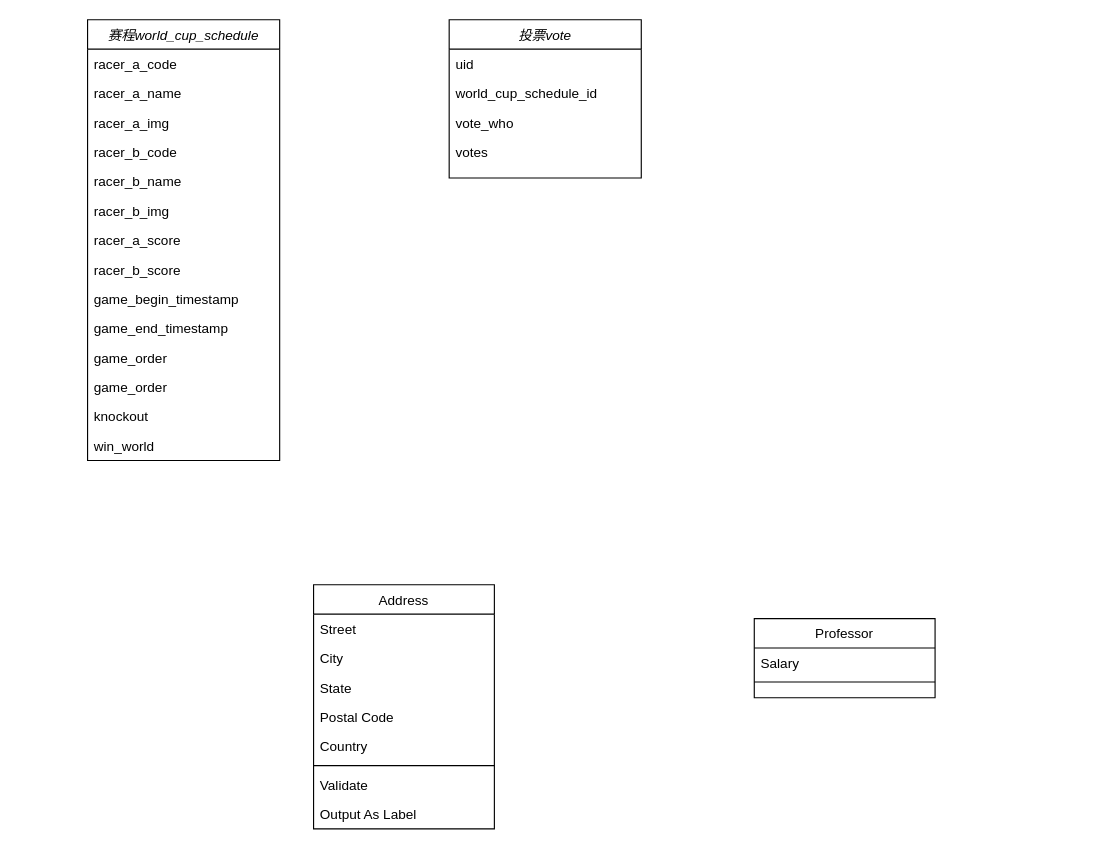
Before: H5世界杯活动类图.drawio in milletzhu/datasource, a draw.io diagram. Source tidied: cells renumbered, new cells numbered last; positions are measured from the earlier drawing's top-left corner, leaving out a move shared by most shapes. Both pictures are drawn from the tidied source at 113%, with x=0, y=0 at pixel (87, 19).
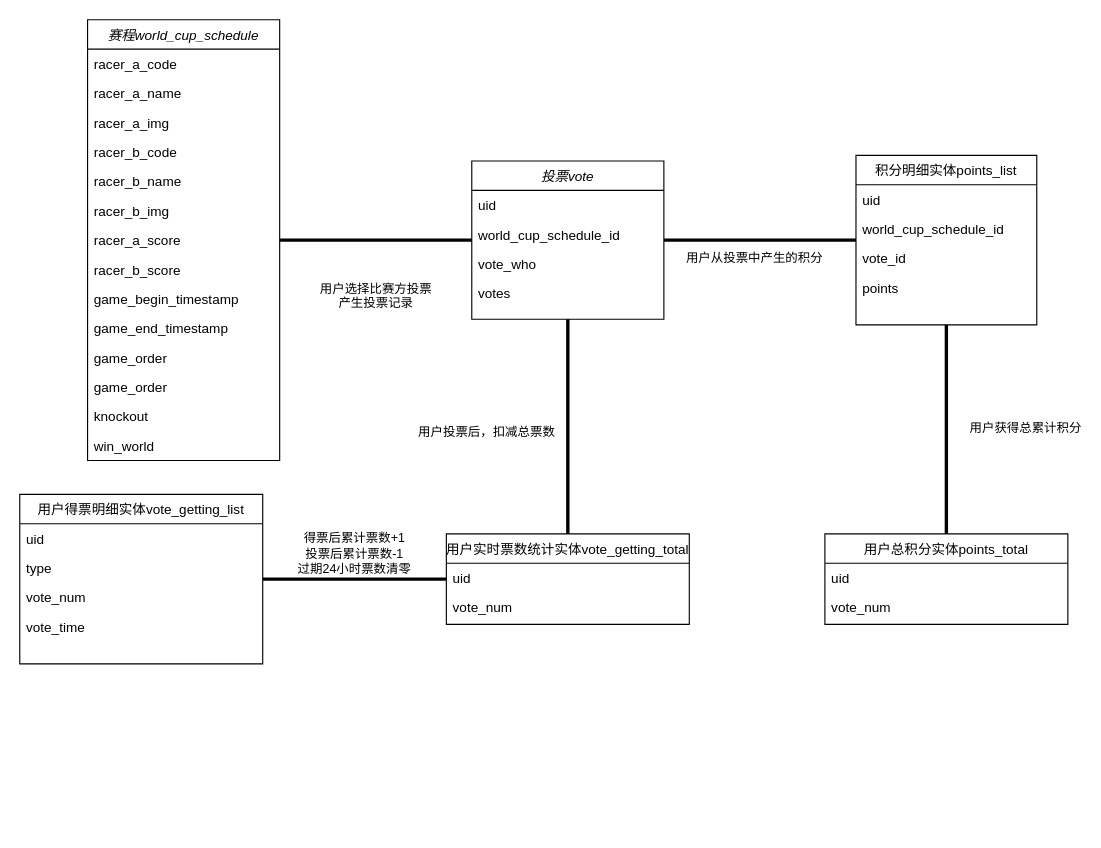
The same page after the edit.

Commit message (it also covers changes not shown here):
更新H5世界杯活动类图.drawio

Unchanged cells that the change refers to:
```xml
<mxCell id="2" value="赛程world_cup_schedule" style="swimlane;fontStyle=2;align=center;verticalAlign=top;horizontal=1;startSize=26;rounded=0;shadow=0;strokeWidth=1;" parent="1" vertex="1">
  <mxGeometry width="170" height="390" as="geometry" />
</mxCell>
```

Diff of the diagram source:
```diff
@@
-    <mxCell id="17" value="Professor" style="swimlane;fontStyle=0;align=center;verticalAlign=top;horizontal=1;startSize=26;rounded=0;shadow=0;strokeWidth=1;" parent="1" vertex="1">
-      <mxGeometry x="590" y="530" width="160" height="70" as="geometry" />
+    <mxCell id="17" value="积分明细实体points_list" style="swimlane;fontStyle=0;align=center;verticalAlign=top;horizontal=1;startSize=26;rounded=0;shadow=0;strokeWidth=1;" parent="1" vertex="1">
+      <mxGeometry x="680" y="120" width="160" height="150" as="geometry" />
     </mxCell>
-    <mxCell id="18" value="Salary" style="text;align=left;verticalAlign=top;spacingLeft=4;spacingRight=4;overflow=hidden;" parent="17" vertex="1">
+    <mxCell id="18" value="uid" style="text;align=left;verticalAlign=top;spacingLeft=4;spacingRight=4;overflow=hidden;" parent="17" vertex="1">
       <mxGeometry y="26" width="160" height="26" as="geometry" />
     </mxCell>
-    <mxCell id="19" style="line;html=1;strokeWidth=1;align=left;verticalAlign=middle;spacingTop=-1;spacingLeft=3;spacingRight=3;labelPosition=right;" parent="17" vertex="1">
-      <mxGeometry y="52" width="160" height="8" as="geometry" />
-    </mxCell>
+    <mxCell id="34" value="world_cup_schedule_id" style="text;align=left;verticalAlign=top;spacingLeft=4;spacingRight=4;overflow=hidden;" parent="17" vertex="1">
+      <mxGeometry y="52" width="160" height="26" as="geometry" />
+    </mxCell>
+    <mxCell id="35" value="vote_id" style="text;align=left;verticalAlign=top;spacingLeft=4;spacingRight=4;overflow=hidden;" parent="17" vertex="1">
+      <mxGeometry y="78" width="160" height="26" as="geometry" />
+    </mxCell>
+    <mxCell id="36" value="points" style="text;align=left;verticalAlign=top;spacingLeft=4;spacingRight=4;overflow=hidden;" parent="17" vertex="1">
+      <mxGeometry y="104" width="160" height="26" as="geometry" />
+    </mxCell>
-    <mxCell id="20" value="Address" style="swimlane;fontStyle=0;align=center;verticalAlign=top;horizontal=1;startSize=26;rounded=0;shadow=0;strokeWidth=1;" parent="1" vertex="1">
-      <mxGeometry x="200" y="500" width="160" height="216" as="geometry" />
+    <mxCell id="20" value="用户得票明细实体vote_getting_list" style="swimlane;fontStyle=0;align=center;verticalAlign=top;horizontal=1;startSize=26;rounded=0;shadow=0;strokeWidth=1;" parent="1" vertex="1">
+      <mxGeometry x="-60" y="420" width="215" height="150" as="geometry" />
     </mxCell>
-    <mxCell id="21" value="Street" style="text;align=left;verticalAlign=top;spacingLeft=4;spacingRight=4;overflow=hidden;" parent="20" vertex="1">
-      <mxGeometry y="26" width="160" height="26" as="geometry" />
+    <mxCell id="21" value="uid" style="text;align=left;verticalAlign=top;spacingLeft=4;spacingRight=4;overflow=hidden;" parent="20" vertex="1">
+      <mxGeometry y="26" width="215" height="26" as="geometry" />
     </mxCell>
-    <mxCell id="22" value="City" style="text;align=left;verticalAlign=top;spacingLeft=4;spacingRight=4;overflow=hidden;rounded=0;shadow=0;html=0;" parent="20" vertex="1">
-      <mxGeometry y="52" width="160" height="26" as="geometry" />
+    <mxCell id="22" value="type" style="text;align=left;verticalAlign=top;spacingLeft=4;spacingRight=4;overflow=hidden;rounded=0;shadow=0;html=0;" parent="20" vertex="1">
+      <mxGeometry y="52" width="215" height="26" as="geometry" />
     </mxCell>
-    <mxCell id="23" value="State" style="text;align=left;verticalAlign=top;spacingLeft=4;spacingRight=4;overflow=hidden;rounded=0;shadow=0;html=0;" parent="20" vertex="1">
-      <mxGeometry y="78" width="160" height="26" as="geometry" />
+    <mxCell id="23" value="vote_num" style="text;align=left;verticalAlign=top;spacingLeft=4;spacingRight=4;overflow=hidden;rounded=0;shadow=0;html=0;" parent="20" vertex="1">
+      <mxGeometry y="78" width="215" height="26" as="geometry" />
     </mxCell>
-    <mxCell id="24" value="Postal Code" style="text;align=left;verticalAlign=top;spacingLeft=4;spacingRight=4;overflow=hidden;rounded=0;shadow=0;html=0;" parent="20" vertex="1">
-      <mxGeometry y="104" width="160" height="26" as="geometry" />
-    </mxCell>
-    <mxCell id="25" value="Country" style="text;align=left;verticalAlign=top;spacingLeft=4;spacingRight=4;overflow=hidden;rounded=0;shadow=0;html=0;" parent="20" vertex="1">
-      <mxGeometry y="130" width="160" height="26" as="geometry" />
-    </mxCell>
-    <mxCell id="26" style="line;html=1;strokeWidth=1;align=left;verticalAlign=middle;spacingTop=-1;spacingLeft=3;spacingRight=3;labelPosition=right;" parent="20" vertex="1">
-      <mxGeometry y="156" width="160" height="8" as="geometry" />
-    </mxCell>
-    <mxCell id="27" value="Validate" style="text;align=left;verticalAlign=top;spacingLeft=4;spacingRight=4;overflow=hidden;" parent="20" vertex="1">
-      <mxGeometry y="164" width="160" height="26" as="geometry" />
-    </mxCell>
-    <mxCell id="28" value="Output As Label" style="text;align=left;verticalAlign=top;spacingLeft=4;spacingRight=4;overflow=hidden;" parent="20" vertex="1">
-      <mxGeometry y="190" width="160" height="26" as="geometry" />
-    </mxCell>
+    <mxCell id="37" value="vote_time" style="text;align=left;verticalAlign=top;spacingLeft=4;spacingRight=4;overflow=hidden;rounded=0;shadow=0;html=0;" parent="20" vertex="1">
+      <mxGeometry y="104" width="215" height="26" as="geometry" />
+    </mxCell>
     <mxCell id="29" value="投票vote" style="swimlane;fontStyle=2;align=center;verticalAlign=top;horizontal=1;startSize=26;rounded=0;shadow=0;strokeWidth=1;" parent="1" vertex="1">
-      <mxGeometry x="320" width="170" height="140" as="geometry" />
+      <mxGeometry x="340" y="125" width="170" height="140" as="geometry" />
     </mxCell>
@@
+    <mxCell id="38" value="用户选择比赛方投票&lt;br&gt;产生投票记录" style="endArrow=none;startArrow=none;endFill=0;startFill=0;endSize=8;html=1;verticalAlign=bottom;labelBackgroundColor=none;strokeWidth=3;rounded=0;" parent="1" edge="1" source="2" target="29">
+      <mxGeometry y="-65" relative="1" as="geometry" />
+    </mxCell>
+    <mxCell id="39" value="用户实时票数统计实体vote_getting_total" style="swimlane;fontStyle=0;align=center;verticalAlign=top;horizontal=1;startSize=26;rounded=0;shadow=0;strokeWidth=1;" parent="1" vertex="1">
+      <mxGeometry x="317.5" y="455" width="215" height="80" as="geometry" />
+    </mxCell>
+    <mxCell id="40" value="uid" style="text;align=left;verticalAlign=top;spacingLeft=4;spacingRight=4;overflow=hidden;" parent="39" vertex="1">
+      <mxGeometry y="26" width="215" height="26" as="geometry" />
+    </mxCell>
+    <mxCell id="41" value="vote_num" style="text;align=left;verticalAlign=top;spacingLeft=4;spacingRight=4;overflow=hidden;rounded=0;shadow=0;html=0;" parent="39" vertex="1">
+      <mxGeometry y="52" width="215" height="26" as="geometry" />
+    </mxCell>
+    <mxCell id="42" value="得票后累计票数+1&lt;br&gt;投票后累计票数-1&lt;br&gt;过期24小时票数清零" style="endArrow=none;startArrow=none;endFill=0;startFill=0;endSize=8;html=1;verticalAlign=bottom;labelBackgroundColor=none;strokeWidth=3;rounded=0;" parent="1" edge="1" source="20" target="39">
+      <mxGeometry relative="1" as="geometry" />
+    </mxCell>
+    <mxCell id="43" value="用户投票后，扣减总票数" style="endArrow=none;startArrow=none;endFill=0;startFill=0;endSize=8;html=1;verticalAlign=bottom;labelBackgroundColor=none;strokeWidth=3;rounded=0;" parent="1" edge="1" source="29" target="39">
+      <mxGeometry x="0.15" y="-72" relative="1" as="geometry" />
+    </mxCell>
+    <mxCell id="44" value="用户从投票中产生的积分" style="endArrow=none;startArrow=none;endFill=0;startFill=0;endSize=8;html=1;verticalAlign=bottom;labelBackgroundColor=none;strokeWidth=3;rounded=0;" parent="1" edge="1" source="29" target="17">
+      <mxGeometry x="-0.06" y="-25" relative="1" as="geometry" />
+    </mxCell>
+    <mxCell id="45" value="用户总积分实体points_total" style="swimlane;fontStyle=0;align=center;verticalAlign=top;horizontal=1;startSize=26;rounded=0;shadow=0;strokeWidth=1;" parent="1" vertex="1">
+      <mxGeometry x="652.5" y="455" width="215" height="80" as="geometry" />
+    </mxCell>
+    <mxCell id="46" value="uid" style="text;align=left;verticalAlign=top;spacingLeft=4;spacingRight=4;overflow=hidden;" parent="45" vertex="1">
+      <mxGeometry y="26" width="215" height="26" as="geometry" />
+    </mxCell>
+    <mxCell id="47" value="vote_num" style="text;align=left;verticalAlign=top;spacingLeft=4;spacingRight=4;overflow=hidden;rounded=0;shadow=0;html=0;" parent="45" vertex="1">
+      <mxGeometry y="52" width="215" height="26" as="geometry" />
+    </mxCell>
+    <mxCell id="48" value="用户获得总累计积分" style="endArrow=none;startArrow=none;endFill=0;startFill=0;endSize=8;html=1;verticalAlign=bottom;labelBackgroundColor=none;strokeWidth=3;rounded=0;" parent="1" edge="1" source="17" target="45">
+      <mxGeometry x="0.08" y="70" relative="1" as="geometry" />
+    </mxCell>
```
